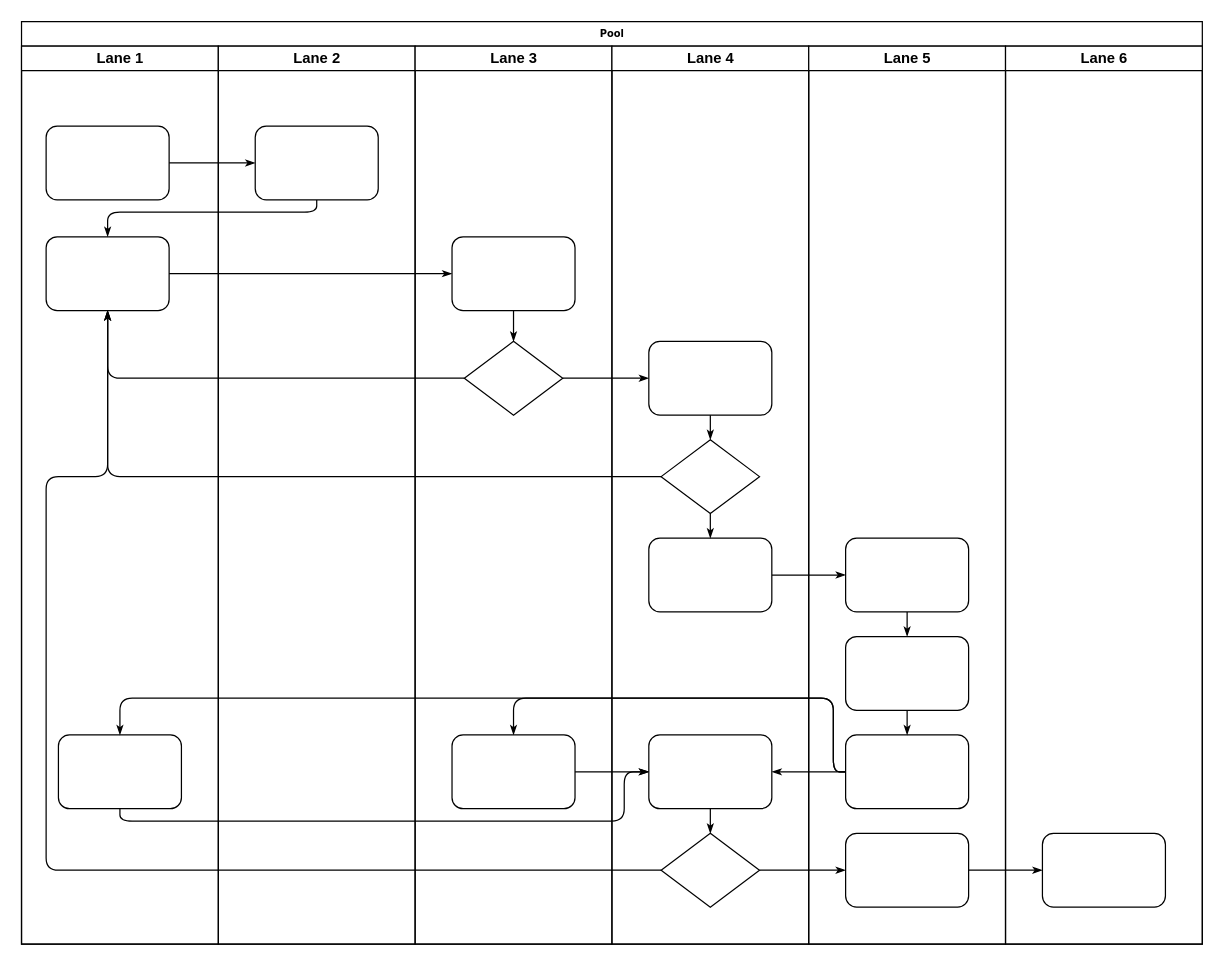
The draw.io diagram Untitled Diagram.drawio in YangEdward/Painter, before the edit. Source tidied: cells renumbered, new cells numbered last; positions are measured from the earlier drawing's top-left corner, leaving out a move shared by most shapes. Both pictures are drawn from the tidied source at 123%, with x=0, y=0 at pixel (21, 21).
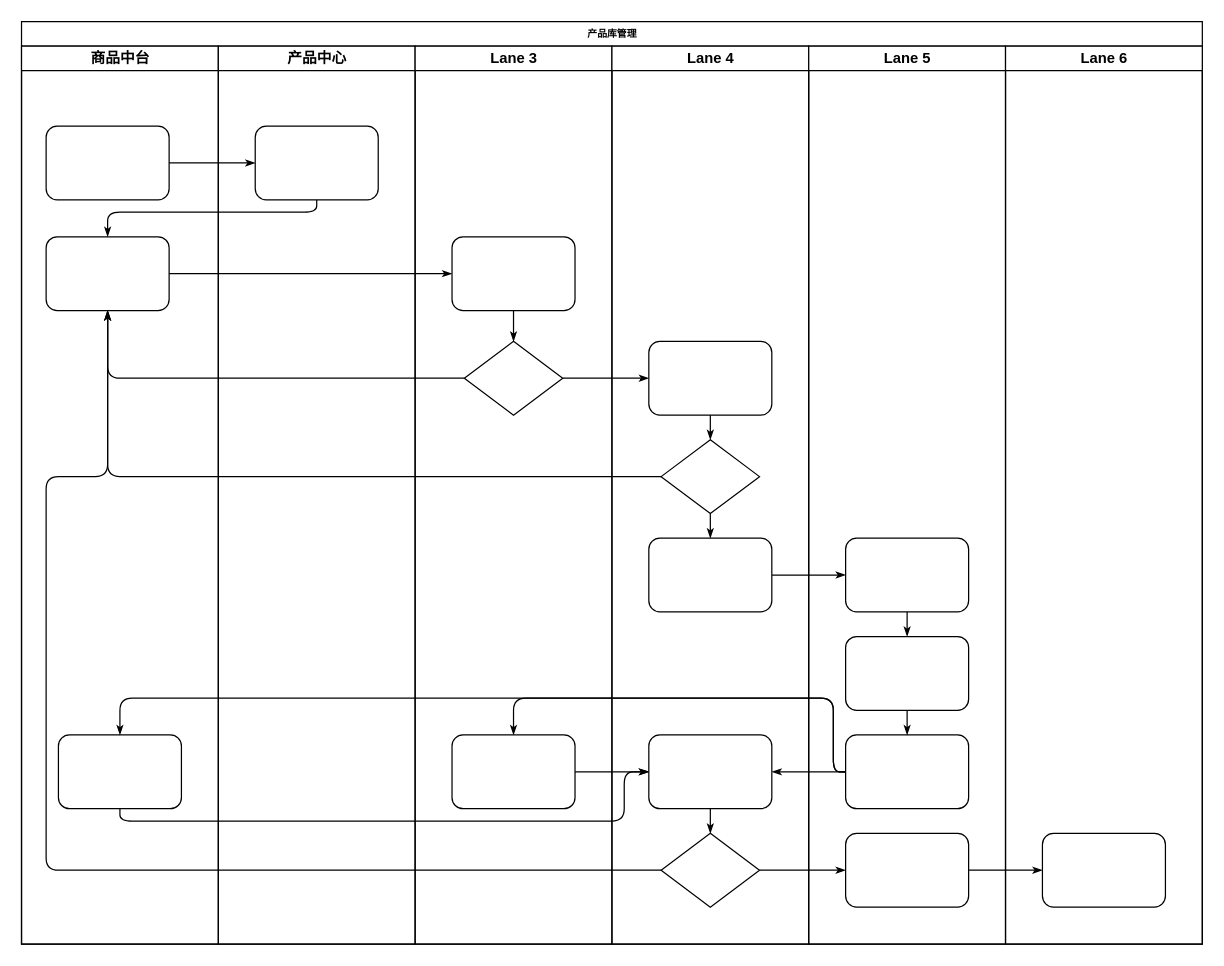
The same diagram, later.

Commit message:
第三方商品管理.drawio

The edit, as a diff of the source:
```diff
@@
-    <mxCell id="2" value="Pool" style="swimlane;html=1;startSize=20;rounded=0;shadow=0;labelBackgroundColor=none;strokeWidth=1;fontFamily=Verdana;fontSize=8;align=center;" parent="1" vertex="1">
+    <mxCell id="2" value="产品库管理" style="swimlane;html=1;startSize=20;rounded=0;shadow=0;labelBackgroundColor=none;strokeWidth=1;fontFamily=Verdana;fontSize=8;align=center;" parent="1" vertex="1">
       <mxGeometry width="960" height="750" as="geometry" />
     </mxCell>
-    <mxCell id="3" value="Lane 1" style="swimlane;html=1;startSize=20;" parent="2" vertex="1">
+    <mxCell id="3" value="商品中台" style="swimlane;html=1;startSize=20;" parent="2" vertex="1">
       <mxGeometry y="20" width="160" height="730" as="geometry" />
     </mxCell>
@@
-    <mxCell id="22" value="Lane 2" style="swimlane;html=1;startSize=20;" parent="2" vertex="1">
+    <mxCell id="22" value="产品中心" style="swimlane;html=1;startSize=20;" parent="2" vertex="1">
       <mxGeometry x="160" y="20" width="160" height="730" as="geometry" />
     </mxCell>
```
